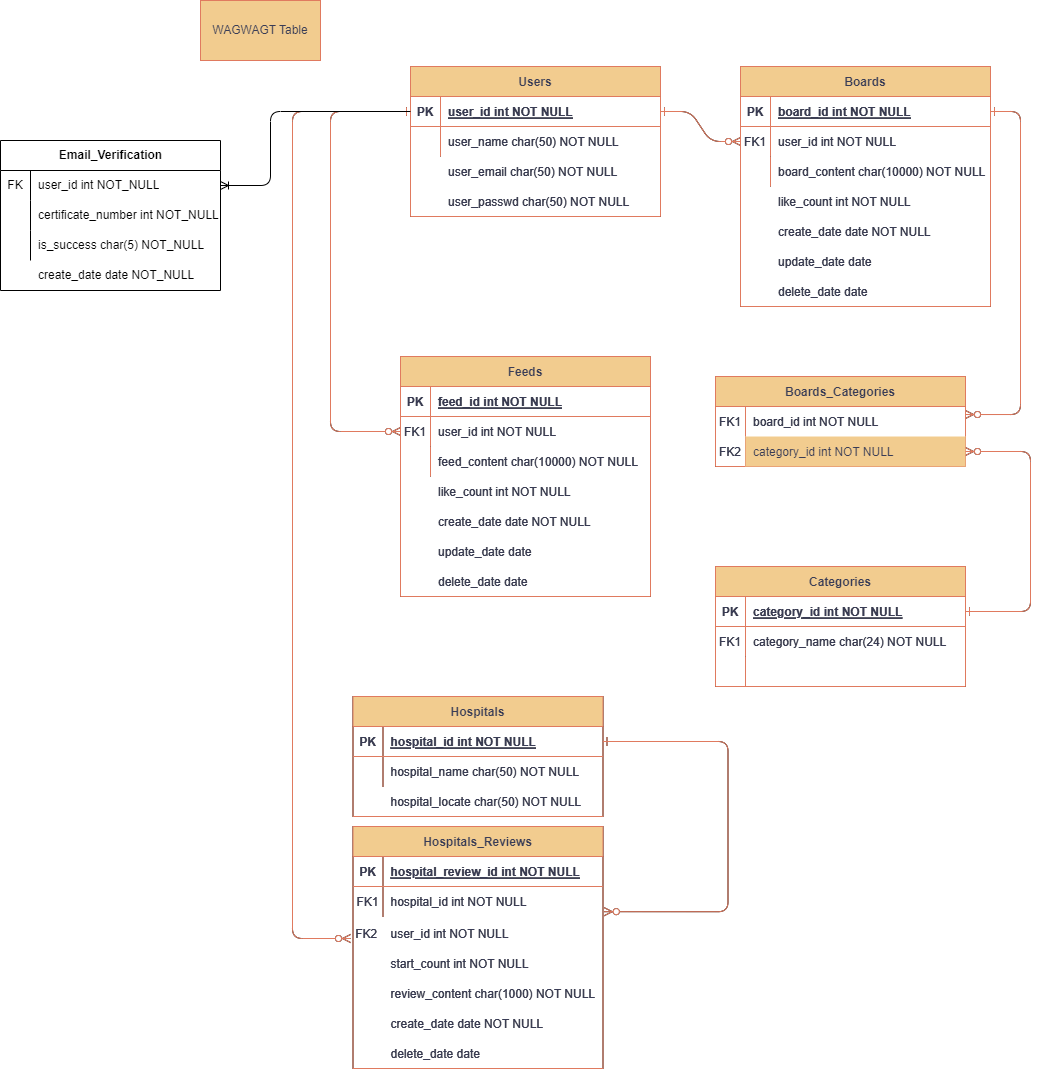
The draw.io diagram wagwagt_table.drawio.png in jihoonLeee/borikkori_api, before a commit. Source tidied: cells renumbered, new cells last; positions are measured from the earlier drawing's top-left corner, leaving out a move shared by most shapes.
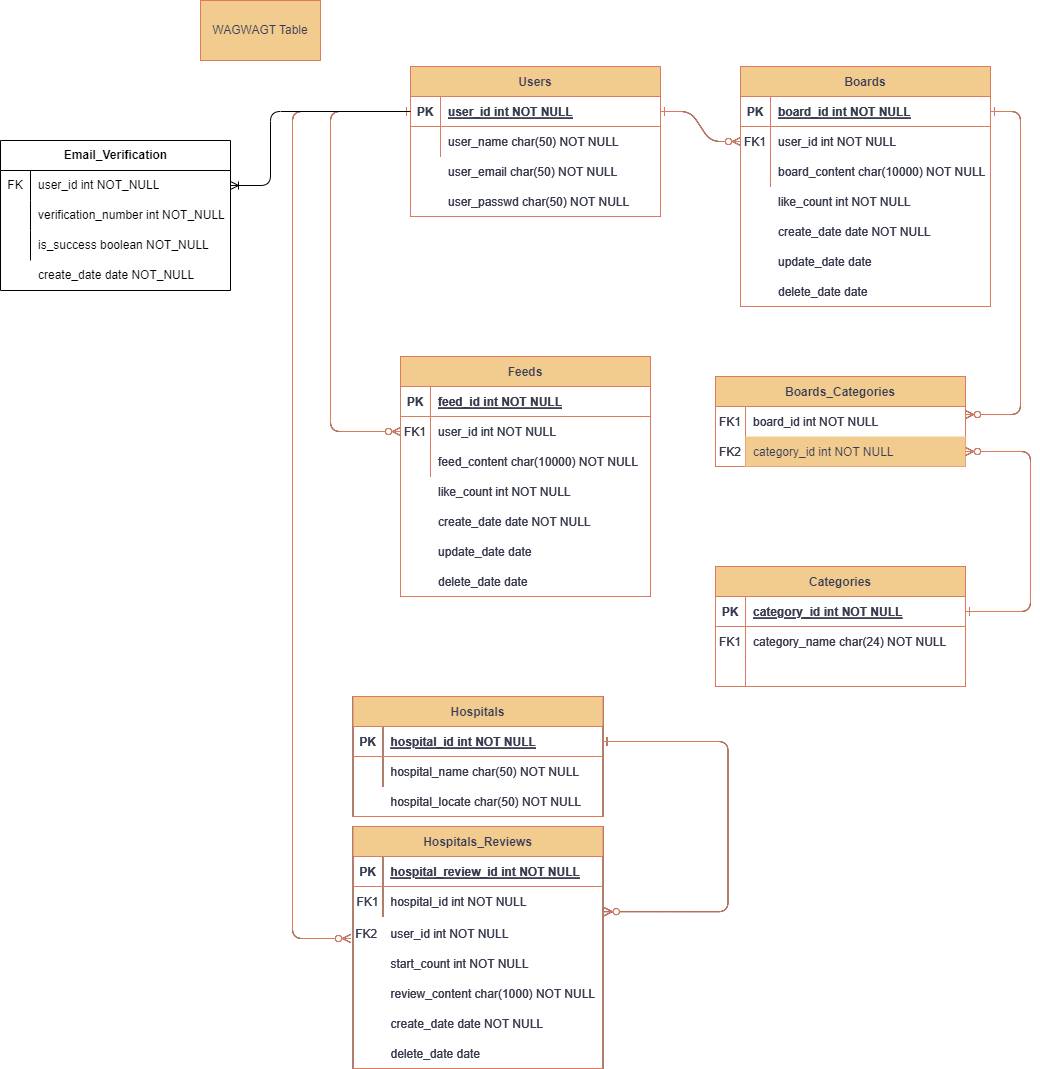
The same file after the commit.

Change to the diagram source:
```diff
@@ -595,34 +595,34 @@
       <mxGeometry x="200" width="120" height="60" as="geometry" />
     </mxCell>
     <mxCell id="182" value="Email_Verification" style="shape=table;startSize=30;rowLines=0;fontStyle=1;align=center;html=1;" parent="1" vertex="1">
-      <mxGeometry y="140" width="220" height="150" as="geometry" />
+      <mxGeometry y="140" width="230" height="150" as="geometry" />
     </mxCell>
     <mxCell id="183" style="shape=tableRow;horizontal=0;startSize=0;swimlaneHead=0;swimlaneBody=0;fillColor=none;points=[[0,0.5],[1,0.5]];portConstraint=eastwest;top=0;left=0;right=0;bottom=0;" parent="182" vertex="1">
-      <mxGeometry y="30" width="220" height="30" as="geometry" />
+      <mxGeometry y="30" width="230" height="30" as="geometry" />
     </mxCell>
     <mxCell id="184" value="FK" style="shape=partialRectangle;fillColor=none;top=0;left=0;bottom=0;right=0;overflow=hidden;whiteSpace=wrap;html=1;" parent="183" vertex="1">
       <mxGeometry width="30" height="30" as="geometry" />
     </mxCell>
     <mxCell id="185" value="user_id int NOT_NULL" style="shape=partialRectangle;fillColor=none;top=0;left=0;bottom=0;right=0;align=left;spacingLeft=6;overflow=hidden;whiteSpace=wrap;html=1;" parent="183" vertex="1">
-      <mxGeometry x="30" width="190" height="30" as="geometry" />
+      <mxGeometry x="30" width="200" height="30" as="geometry" />
     </mxCell>
     <mxCell id="186" style="shape=tableRow;horizontal=0;startSize=0;swimlaneHead=0;swimlaneBody=0;fillColor=none;top=0;left=0;right=0;bottom=0;" parent="182" vertex="1">
-      <mxGeometry y="60" width="220" height="30" as="geometry" />
+      <mxGeometry y="60" width="230" height="30" as="geometry" />
     </mxCell>
     <mxCell id="187" style="shape=partialRectangle;fillColor=none;top=0;left=0;bottom=0;right=0;overflow=hidden;whiteSpace=wrap;html=1;" parent="186" vertex="1">
       <mxGeometry width="30" height="30" as="geometry" />
     </mxCell>
-    <mxCell id="188" value="certificate_number int NOT_NULL" style="shape=partialRectangle;fillColor=none;top=0;left=0;bottom=0;right=0;align=left;spacingLeft=6;overflow=hidden;whiteSpace=wrap;html=1;" parent="186" vertex="1">
-      <mxGeometry x="30" width="190" height="30" as="geometry" />
+    <mxCell id="188" value="verification_number int NOT_NULL" style="shape=partialRectangle;fillColor=none;top=0;left=0;bottom=0;right=0;align=left;spacingLeft=6;overflow=hidden;whiteSpace=wrap;html=1;" parent="186" vertex="1">
+      <mxGeometry x="30" width="200" height="30" as="geometry" />
     </mxCell>
     <mxCell id="189" style="shape=tableRow;horizontal=0;startSize=0;swimlaneHead=0;swimlaneBody=0;fillColor=none;top=0;left=0;right=0;bottom=0;" parent="182" vertex="1">
-      <mxGeometry y="90" width="220" height="30" as="geometry" />
+      <mxGeometry y="90" width="230" height="30" as="geometry" />
     </mxCell>
     <mxCell id="190" style="shape=partialRectangle;fillColor=none;top=0;left=0;bottom=0;right=0;overflow=hidden;whiteSpace=wrap;html=1;" parent="189" vertex="1">
       <mxGeometry width="30" height="30" as="geometry" />
     </mxCell>
-    <mxCell id="191" value="is_success char(5) NOT_NULL" style="shape=partialRectangle;fillColor=none;top=0;left=0;bottom=0;right=0;align=left;spacingLeft=6;overflow=hidden;whiteSpace=wrap;html=1;" parent="189" vertex="1">
-      <mxGeometry x="30" width="190" height="30" as="geometry" />
+    <mxCell id="191" value="is_success boolean NOT_NULL" style="shape=partialRectangle;fillColor=none;top=0;left=0;bottom=0;right=0;align=left;spacingLeft=6;overflow=hidden;whiteSpace=wrap;html=1;" parent="189" vertex="1">
+      <mxGeometry x="30" width="200" height="30" as="geometry" />
     </mxCell>
     <mxCell id="192" style="edgeStyle=orthogonalEdgeStyle;fontSize=12;html=1;endArrow=ERoneToMany;entryX=1;entryY=0.5;entryDx=0;entryDy=0;exitX=0;exitY=0.5;exitDx=0;exitDy=0;rounded=1;" parent="1" edge="1" source="105" target="183">
       <mxGeometry relative="1" as="geometry">
```
